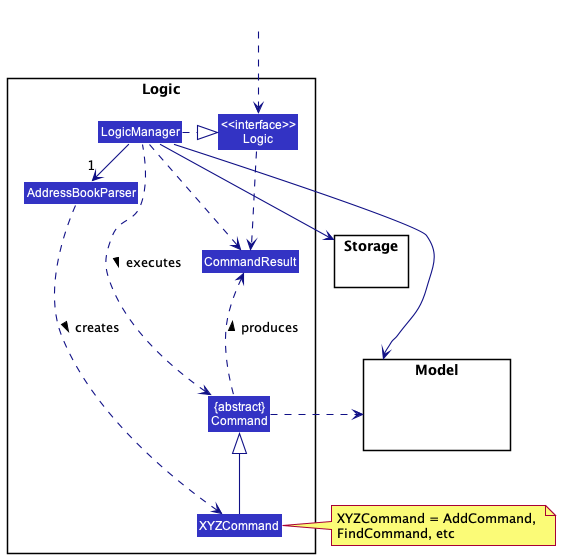
nus-cs2103-AY2223S2/tp keeps this PlantUML diagram as docs/images/LogicClassDiagram.png. Above is the earlier version.
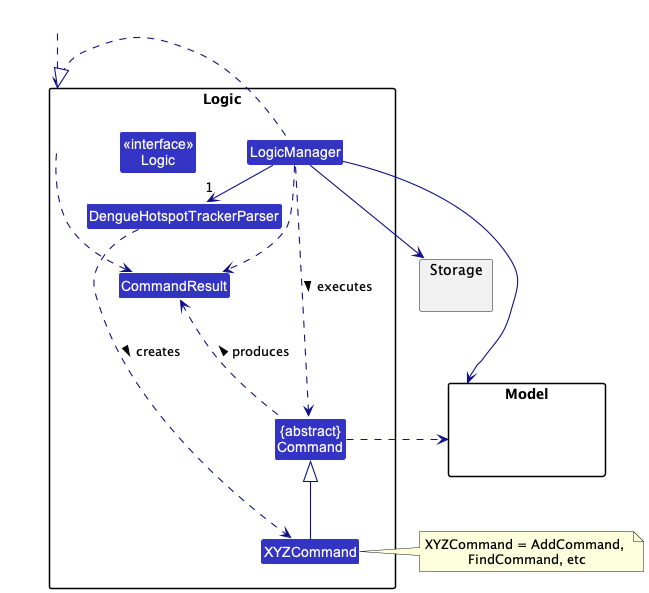
After the change.

The edit, as a diff of the source:
```diff
@@ -6,7 +6,7 @@
 
 package Logic {
 
-Class AddressBookParser
+Class DengueHotspotTrackerParser
 Class XYZCommand
 Class CommandResult
 Class "{abstract}\nCommand" as Command
@@ -26,9 +26,9 @@
 Class HiddenOutside #FFFFFF
 HiddenOutside ..> Logic
 
-LogicManager .right.|> Logic
-LogicManager -right->"1" AddressBookParser
-AddressBookParser ..> XYZCommand : creates >
+LogicManager .left.|> Logic
+LogicManager -right->"1" DengueHotspotTrackerParser
+DengueHotspotTrackerParser ..> XYZCommand : creates >
 
 XYZCommand -up-|> Command
 LogicManager .left.> Command : executes >
```
